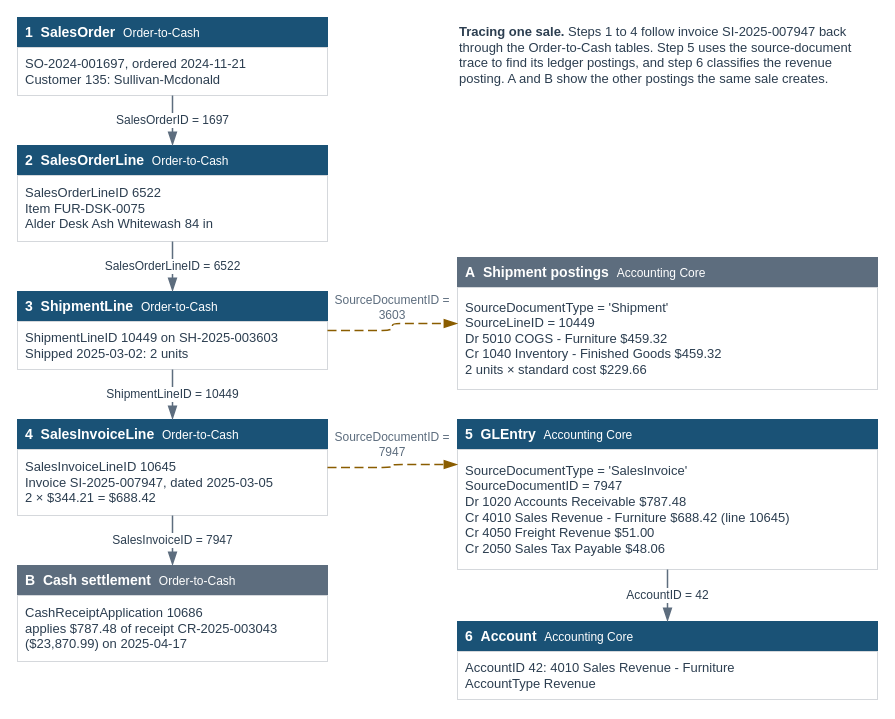
Earlier version of the draw.io diagram visuals/src/fig-03-10-cross-group-traced-path.drawio (mmcodesso/Accounting_Analytics_Book). Source tidied: cells renumbered, new cells numbered last; positions are measured from the earlier drawing's top-left corner, leaving out a move shared by most shapes. Both pictures are drawn from the tidied source at 100%, with x=0, y=0 at pixel (17, 17).
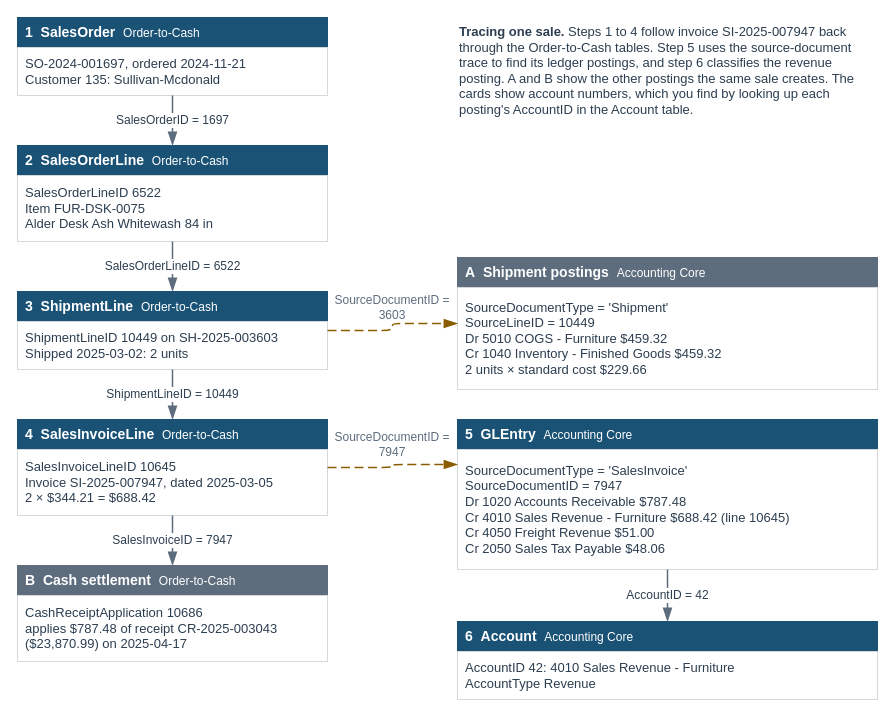
The same page after the edit.

The edit, as a diff of the source:
```diff
@@
-    <mxCell id="36" value="&lt;b&gt;Tracing one sale.&lt;/b&gt; Steps 1 to 4 follow invoice SI-2025-007947 back through the Order-to-Cash tables. Step 5 uses the source-document trace to find its ledger postings, and step 6 classifies the revenue posting. A and B show the other postings the same sale creates." style="text;html=1;whiteSpace=wrap;align=left;verticalAlign=top;fontSize=13;fontColor=#2C3E50;fontStyle=0;fontFamily=Helvetica;spacing=2;fillColor=none;strokeColor=none;" parent="1" vertex="1">
-      <mxGeometry x="440" width="420" height="110" as="geometry" />
+    <mxCell id="36" value="&lt;b&gt;Tracing one sale.&lt;/b&gt; Steps 1 to 4 follow invoice SI-2025-007947 back through the Order-to-Cash tables. Step 5 uses the source-document trace to find its ledger postings, and step 6 classifies the revenue posting. A and B show the other postings the same sale creates. The cards show account numbers, which you find by looking up each posting's AccountID in the Account table." style="text;html=1;whiteSpace=wrap;align=left;verticalAlign=top;fontSize=13;fontColor=#2C3E50;fontStyle=0;fontFamily=Helvetica;spacing=2;fillColor=none;strokeColor=none;" parent="1" vertex="1">
+      <mxGeometry x="440" width="420" height="150" as="geometry" />
     </mxCell>
```
